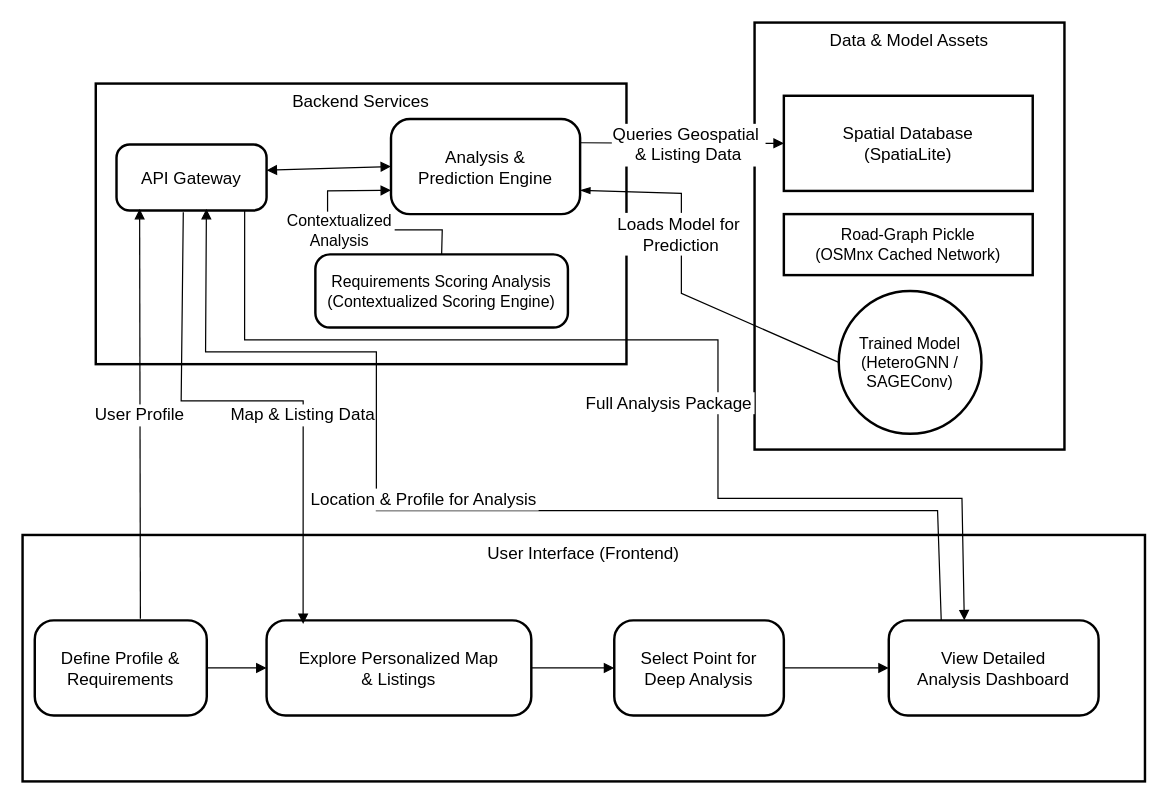
Earlier version of the draw.io diagram drawiofiles/BlockDiagram2.drawio (Sujalcha7/SiteX_Doc). Source tidied: cells renumbered, new cells numbered last; positions are measured from the earlier drawing's top-left corner, leaving out a move shared by most shapes. Both pictures are drawn from the tidied source at 122%, with x=0, y=0 at pixel (22, 22).
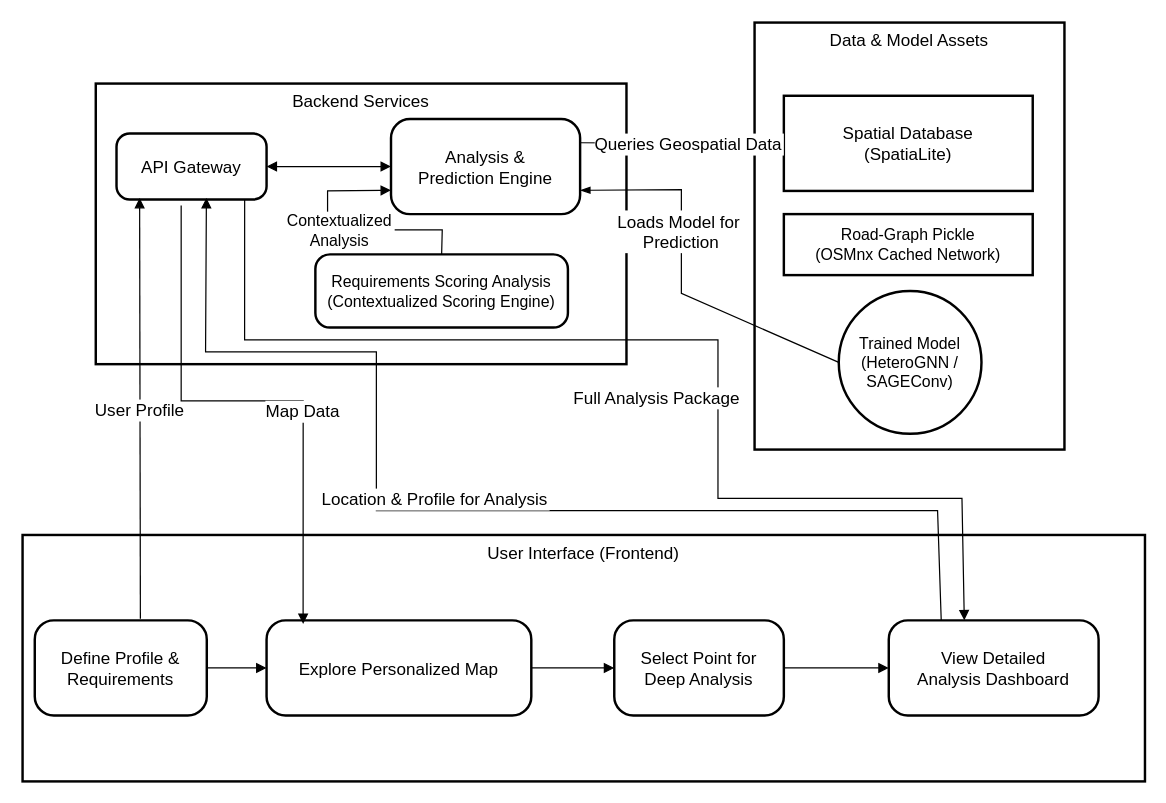
Above is the later version.

Unchanged cells that the change refers to:
```xml
<mxCell id="8" value="Analysis &amp;&#10;Prediction Engine" style="rounded=1;arcSize=20;strokeWidth=2;fontSize=14;" parent="1" vertex="1">
  <mxGeometry x="302" y="79" width="155" height="78" as="geometry" />
</mxCell>
<mxCell id="10" value="Spatial Database&#10;(SpatiaLite)" style="whiteSpace=wrap;strokeWidth=2;fontSize=14;" parent="1" vertex="1">
  <mxGeometry x="624" y="60" width="204" height="78" as="geometry" />
</mxCell>
<mxCell id="12" value="Trained Model&#10;(HeteroGNN / SAGEConv)" style="ellipse;strokeWidth=2;whiteSpace=wrap;fontSize=13;" parent="1" vertex="1">
  <mxGeometry x="669" y="220" width="117" height="117" as="geometry" />
</mxCell>
<mxCell id="23" value="View Detailed&#10;Analysis Dashboard" style="rounded=1;arcSize=20;strokeWidth=2;fontSize=14;" parent="1" vertex="1">
  <mxGeometry x="710" y="490" width="172" height="78" as="geometry" />
</mxCell>
```

Diff of the diagram source:
```diff
@@
-    <mxCell id="5" value="Explore Personalized Map&#10;&amp; Listings" style="rounded=1;arcSize=20;strokeWidth=2;fontSize=14;" parent="1" vertex="1">
+    <mxCell id="5" value="Explore Personalized Map" style="rounded=1;arcSize=20;strokeWidth=2;fontSize=14;" parent="1" vertex="1">
       <mxGeometry x="200" y="490" width="217" height="78" as="geometry" />
     </mxCell>
@@
     <mxCell id="9" value="API Gateway" style="rounded=1;arcSize=20;strokeWidth=2;fontSize=14;" parent="1" vertex="1">
-      <mxGeometry x="77" y="100" width="123" height="54" as="geometry" />
+      <mxGeometry x="77" y="91" width="123" height="54" as="geometry" />
     </mxCell>
@@
-    <mxCell id="16" style="curved=0;startArrow=block;endArrow=block;exitX=1;exitY=0.39;entryX=0;entryY=0.5;rounded=0;fontSize=14;" parent="1" edge="1" source="9" target="8">
+    <mxCell id="16" style="curved=0;startArrow=block;endArrow=block;exitX=1;exitY=0.5;entryX=0;entryY=0.5;rounded=0;fontSize=14;exitDx=0;exitDy=0;" parent="1" edge="1" source="9" target="8">
       <mxGeometry relative="1" as="geometry" />
     </mxCell>
@@
-    <mxCell id="18" value="Map &amp; Listing Data" style="curved=0;startArrow=none;endArrow=block;entryX=0.138;entryY=0.037;rounded=0;entryDx=0;entryDy=0;entryPerimeter=0;exitX=0.445;exitY=1.028;exitDx=0;exitDy=0;exitPerimeter=0;fontSize=14;" parent="1" edge="1" source="9" target="5">
+    <mxCell id="18" value="Map Data" style="curved=0;startArrow=none;endArrow=block;entryX=0.138;entryY=0.037;rounded=0;entryDx=0;entryDy=0;entryPerimeter=0;fontSize=14;" parent="1" edge="1" target="5">
       <mxGeometry x="0.21" relative="1" as="geometry">
+        <mxPoint x="130" y="150" as="sourcePoint" />
         <Array as="points">
           <mxPoint x="130" y="310" />
           <mxPoint x="230" y="310" />
         </Array>
       </mxGeometry>
     </mxCell>
     <mxCell id="19" value="Full Analysis Package" style="curved=0;startArrow=none;endArrow=block;exitX=0.854;exitY=1.009;entryX=0.36;entryY=0;rounded=0;exitDx=0;exitDy=0;exitPerimeter=0;fontSize=14;" parent="1" edge="1" source="9" target="23">
-      <mxGeometry x="0.18" y="-40" relative="1" as="geometry">
+      <mxGeometry x="0.18" y="-50" relative="1" as="geometry">
         <Array as="points">
           <mxPoint x="182" y="260" />
           <mxPoint x="570" y="260" />
           <mxPoint x="570" y="390" />
           <mxPoint x="770" y="390" />
         </Array>
       </mxGeometry>
     </mxCell>
-    <mxCell id="20" value="Queries Geospatial &#10;&amp; Listing Data" style="curved=0;startArrow=none;endArrow=block;exitX=1;exitY=0.25;entryX=0;entryY=0.5;rounded=0;exitDx=0;exitDy=0;fontSize=14;" parent="1" edge="1" source="8" target="10">
+    <mxCell id="20" value="Queries Geospatial Data" style="curved=0;startArrow=none;endArrow=block;exitX=1;exitY=0.25;entryX=0;entryY=0.5;rounded=0;exitDx=0;exitDy=0;fontSize=14;" parent="1" edge="1" source="8" target="10">
       <mxGeometry x="0.06" relative="1" as="geometry">
         <Array as="points">
           <mxPoint x="540" y="99" />
         </Array>
       </mxGeometry>
     </mxCell>
     <mxCell id="21" value="Loads Model for &#10;Prediction" style="curved=0;startArrow=blockThin;endArrow=none;exitX=1;exitY=0.75;entryX=0;entryY=0.5;rounded=0;exitDx=0;exitDy=0;fontSize=14;startFill=1;endFill=0;" parent="1" edge="1" source="8" target="12">
       <mxGeometry x="-0.24" relative="1" as="geometry">
         <Array as="points">
-          <mxPoint x="540" y="140" />
+          <mxPoint x="540" y="137" />
           <mxPoint x="540" y="222" />
         </Array>
       </mxGeometry>
     </mxCell>
@@
     <mxCell id="25" value="Location &amp; Profile for Analysis" style="curved=0;startArrow=none;endArrow=block;exitX=0.25;exitY=0;entryX=0.599;entryY=0.977;rounded=0;exitDx=0;exitDy=0;entryDx=0;entryDy=0;entryPerimeter=0;fontSize=14;" parent="1" edge="1" source="23" target="9">
-      <mxGeometry x="0.09" y="-10" relative="1" as="geometry">
+      <mxGeometry x="0.06" y="-10" relative="1" as="geometry">
         <Array as="points">
           <mxPoint x="750" y="400" />
           <mxPoint x="290" y="400" />
           <mxPoint x="290" y="270" />
           <mxPoint x="150" y="270" />
         </Array>
       </mxGeometry>
     </mxCell>
```
